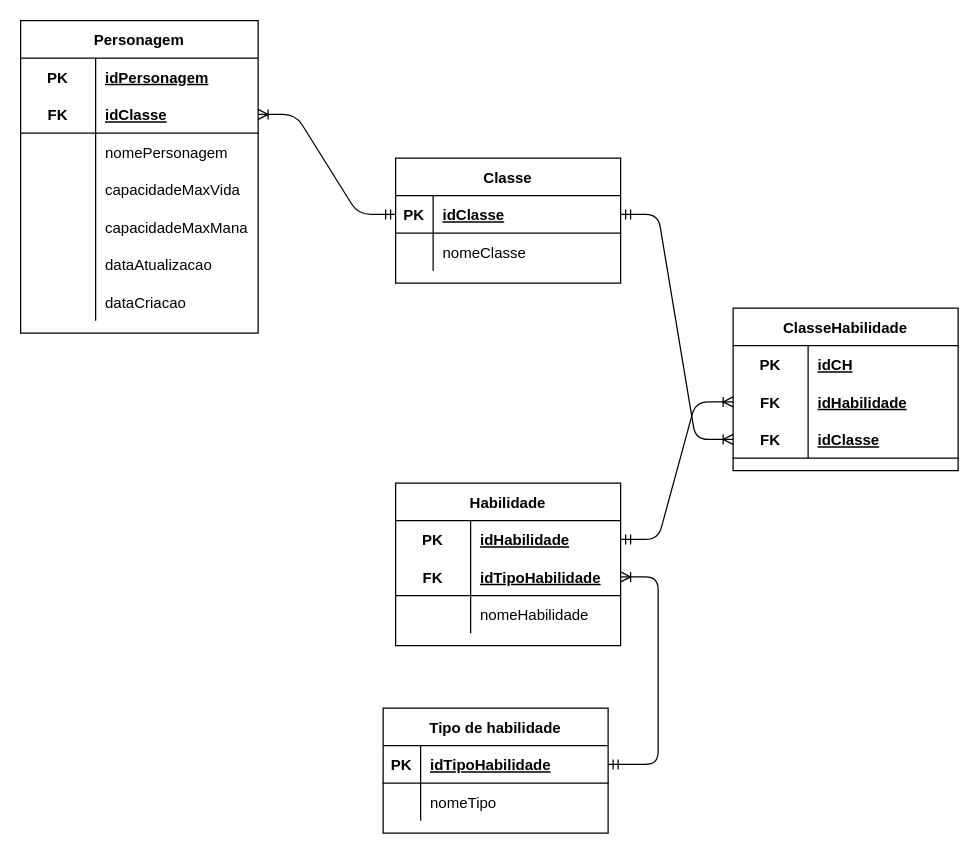
The draw.io diagram page "Logico" (2 of 2) of Desafio-HROADS/Modelagem/Desafio-HROADS.drawio in Joaoopeedro/sprint-1_2-semestre, before the edit. Source tidied: cells renumbered, new cells numbered last; positions are measured from the earlier drawing's top-left corner, leaving out a move shared by most shapes. Both pictures are drawn from the tidied source at 125%, with x=0, y=0 at pixel (20, 20).
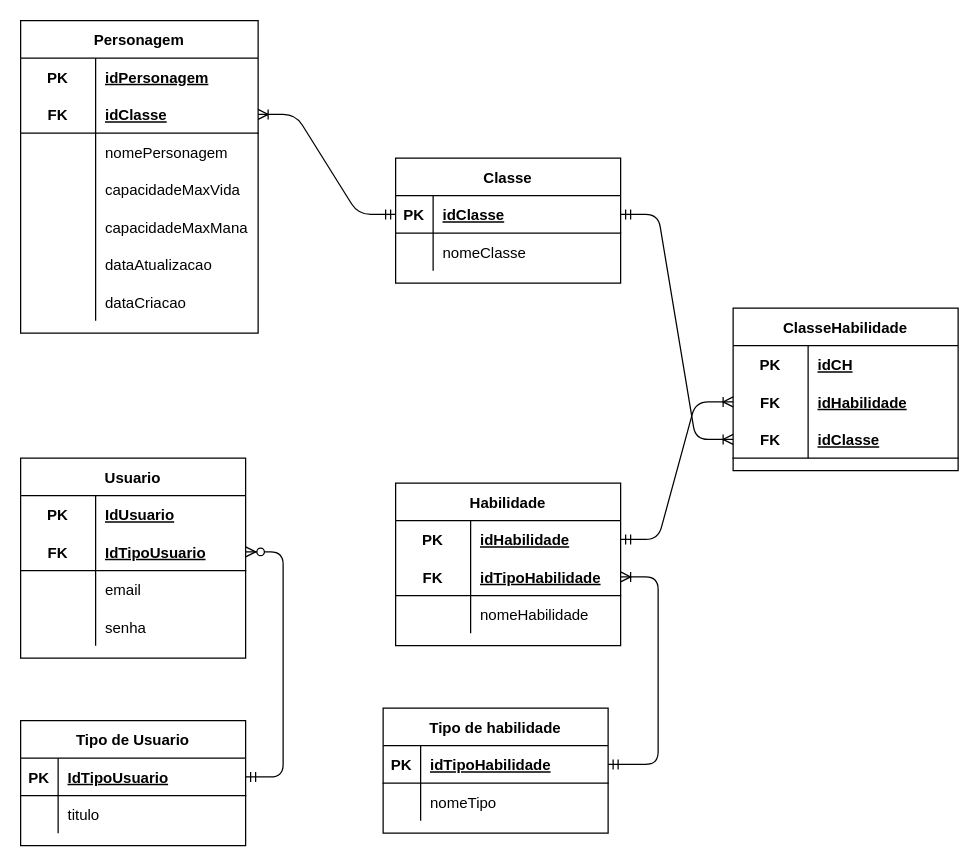
The same diagram, later.

Change to the diagram source:
```diff
@@
+    <mxCell id="62" value="Tipo de Usuario" style="shape=table;startSize=30;childLayout=tableLayout;rowLines=0;fontStyle=1;align=center;" parent="1" vertex="1">
+      <mxGeometry y="560" width="180" height="100" as="geometry" />
+    </mxCell>
+    <mxCell id="63" style="shape=partialRectangle;fillColor=none;top=0;left=0;bottom=1;right=0;points=[[0,0.5],[1,0.5]];portConstraint=eastwest;" parent="62" vertex="1">
+      <mxGeometry y="30" width="180" height="30" as="geometry" />
+    </mxCell>
+    <mxCell id="64" value="PK" style="shape=partialRectangle;fillColor=none;top=0;left=0;bottom=0;right=0;fontStyle=1;overflow=hidden;" parent="63" vertex="1">
+      <mxGeometry width="30" height="30" as="geometry" />
+    </mxCell>
+    <mxCell id="65" value="IdTipoUsuario" style="shape=partialRectangle;fillColor=none;top=0;left=0;bottom=0;right=0;align=left;spacingLeft=6;fontStyle=5;overflow=hidden;" parent="63" vertex="1">
+      <mxGeometry x="30" width="150" height="30" as="geometry" />
+    </mxCell>
+    <mxCell id="66" style="shape=partialRectangle;fillColor=none;top=0;left=0;bottom=0;right=0;" parent="62" vertex="1">
+      <mxGeometry y="60" width="180" height="30" as="geometry" />
+    </mxCell>
+    <mxCell id="67" style="shape=partialRectangle;fillColor=none;top=0;left=0;bottom=0;right=0;overflow=hidden;" parent="66" vertex="1">
+      <mxGeometry width="30" height="30" as="geometry" />
+    </mxCell>
+    <mxCell id="68" value="titulo" style="shape=partialRectangle;fillColor=none;top=0;left=0;bottom=0;right=0;align=left;spacingLeft=6;overflow=hidden;" parent="66" vertex="1">
+      <mxGeometry x="30" width="150" height="30" as="geometry" />
+    </mxCell>
+    <mxCell id="69" value="Usuario" style="shape=table;startSize=30;childLayout=tableLayout;rowLines=0;fontStyle=1;align=center;" parent="1" vertex="1">
+      <mxGeometry y="350" width="180" height="160" as="geometry" />
+    </mxCell>
+    <mxCell id="70" style="shape=partialRectangle;fillColor=none;top=0;left=0;bottom=0;right=0;" parent="69" vertex="1">
+      <mxGeometry y="30" width="180" height="30" as="geometry" />
+    </mxCell>
+    <mxCell id="71" value="PK" style="shape=partialRectangle;fillColor=none;top=0;left=0;bottom=0;right=0;fontStyle=1;overflow=hidden;" parent="70" vertex="1">
+      <mxGeometry width="60" height="30" as="geometry" />
+    </mxCell>
+    <mxCell id="72" value="IdUsuario" style="shape=partialRectangle;fillColor=none;top=0;left=0;bottom=0;right=0;align=left;spacingLeft=6;fontStyle=5;overflow=hidden;" parent="70" vertex="1">
+      <mxGeometry x="60" width="120" height="30" as="geometry" />
+    </mxCell>
+    <mxCell id="73" style="shape=partialRectangle;fillColor=none;top=0;left=0;bottom=1;right=0;points=[[0,0.5],[1,0.5]];portConstraint=eastwest;" parent="69" vertex="1">
+      <mxGeometry y="60" width="180" height="30" as="geometry" />
+    </mxCell>
+    <mxCell id="74" value="FK" style="shape=partialRectangle;fillColor=none;top=0;left=0;bottom=0;right=0;fontStyle=1;overflow=hidden;" parent="73" vertex="1">
+      <mxGeometry width="60" height="30" as="geometry" />
+    </mxCell>
+    <mxCell id="75" value="IdTipoUsuario" style="shape=partialRectangle;fillColor=none;top=0;left=0;bottom=0;right=0;align=left;spacingLeft=6;fontStyle=5;overflow=hidden;" parent="73" vertex="1">
+      <mxGeometry x="60" width="120" height="30" as="geometry" />
+    </mxCell>
+    <mxCell id="76" style="shape=partialRectangle;fillColor=none;top=0;left=0;bottom=0;right=0;" parent="69" vertex="1">
+      <mxGeometry y="90" width="180" height="30" as="geometry" />
+    </mxCell>
+    <mxCell id="77" style="shape=partialRectangle;fillColor=none;top=0;left=0;bottom=0;right=0;overflow=hidden;" parent="76" vertex="1">
+      <mxGeometry width="60" height="30" as="geometry" />
+    </mxCell>
+    <mxCell id="78" value="email" style="shape=partialRectangle;fillColor=none;top=0;left=0;bottom=0;right=0;align=left;spacingLeft=6;overflow=hidden;" parent="76" vertex="1">
+      <mxGeometry x="60" width="120" height="30" as="geometry" />
+    </mxCell>
+    <mxCell id="79" style="shape=partialRectangle;fillColor=none;top=0;left=0;bottom=0;right=0;" parent="69" vertex="1">
+      <mxGeometry y="120" width="180" height="30" as="geometry" />
+    </mxCell>
+    <mxCell id="80" style="shape=partialRectangle;fillColor=none;top=0;left=0;bottom=0;right=0;overflow=hidden;" parent="79" vertex="1">
+      <mxGeometry width="60" height="30" as="geometry" />
+    </mxCell>
+    <mxCell id="81" value="senha" style="shape=partialRectangle;fillColor=none;top=0;left=0;bottom=0;right=0;align=left;spacingLeft=6;overflow=hidden;" parent="79" vertex="1">
+      <mxGeometry x="60" width="120" height="30" as="geometry" />
+    </mxCell>
+    <mxCell id="82" style="edgeStyle=entityRelationEdgeStyle;fontSize=12;html=1;endArrow=ERzeroToMany;startArrow=ERmandOne;" parent="1" edge="1" source="63" target="73">
+      <mxGeometry relative="1" as="geometry" />
+    </mxCell>
```
